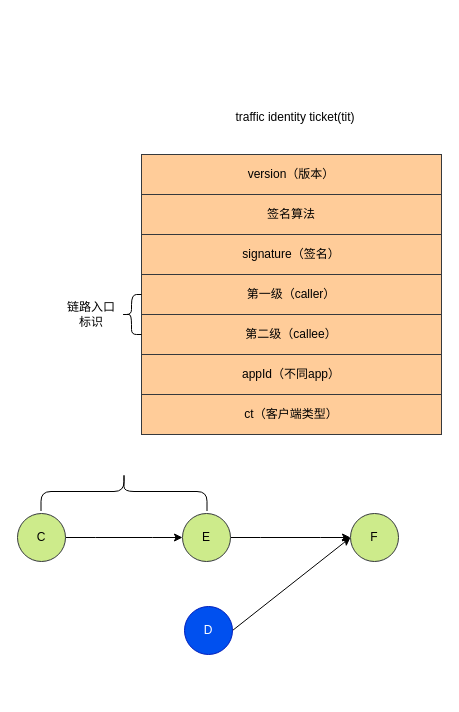
xinguai/asmshare keeps this draw.io diagram as page "流量身份票据" (4 of 4) of sidecar.drawio. Above is the earlier version. Source tidied: cells renumbered, new cells numbered last; positions are measured from the earlier drawing's top-left corner, leaving out a move shared by most shapes. Both pictures are drawn from the tidied source at 100%, with x=0, y=0 at pixel (17, 102).
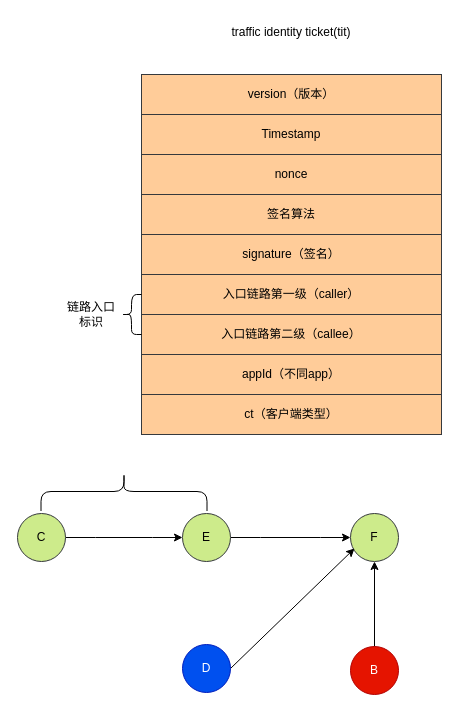
Above is the later version.

The change refers to these unchanged cells:
```xml
<mxCell id="16" value="F" style="ellipse;whiteSpace=wrap;html=1;fillColor=#cdeb8b;strokeColor=#36393d;" parent="1" vertex="1">
  <mxGeometry x="333" y="411" width="48" height="48" as="geometry" />
</mxCell>
```

What changed in the source:
```diff
@@
-    <mxCell id="2" value="version（版本）" style="rounded=0;whiteSpace=wrap;html=1;fillColor=#ffcc99;strokeColor=#36393d;" parent="1" vertex="1">
+    <mxCell id="2" value="nonce" style="rounded=0;whiteSpace=wrap;html=1;fillColor=#ffcc99;strokeColor=#36393d;" parent="1" vertex="1">
       <mxGeometry x="124" y="52" width="300" height="40" as="geometry" />
     </mxCell>
@@
-    <mxCell id="5" value="第一级（caller）" style="rounded=0;whiteSpace=wrap;html=1;fillColor=#ffcc99;strokeColor=#36393d;" parent="1" vertex="1">
+    <mxCell id="5" value="入口链路第一级（caller）" style="rounded=0;whiteSpace=wrap;html=1;fillColor=#ffcc99;strokeColor=#36393d;" parent="1" vertex="1">
       <mxGeometry x="124" y="172" width="300" height="40" as="geometry" />
     </mxCell>
-    <mxCell id="6" value="第二级（callee）" style="rounded=0;whiteSpace=wrap;html=1;fillColor=#ffcc99;strokeColor=#36393d;" parent="1" vertex="1">
+    <mxCell id="6" value="入口链路第二级（callee）" style="rounded=0;whiteSpace=wrap;html=1;fillColor=#ffcc99;strokeColor=#36393d;" parent="1" vertex="1">
       <mxGeometry x="124" y="212" width="300" height="40" as="geometry" />
     </mxCell>
@@
     <mxCell id="11" value="traffic identity ticket(tit)" style="text;html=1;strokeColor=none;fillColor=none;align=center;verticalAlign=middle;whiteSpace=wrap;rounded=0;" parent="1" vertex="1">
-      <mxGeometry x="178" width="200" height="30" as="geometry" />
+      <mxGeometry x="174" y="-85" width="200" height="30" as="geometry" />
     </mxCell>
@@
-    <mxCell id="17" style="rounded=0;jettySize=auto;html=1;exitX=1;exitY=0.5;exitDx=0;exitDy=0;entryX=0;entryY=0.5;entryDx=0;entryDy=0;" parent="1" edge="1" source="18" target="16">
+    <mxCell id="17" style="rounded=0;jettySize=auto;html=1;exitX=1;exitY=0.5;exitDx=0;exitDy=0;entryX=0.083;entryY=0.729;entryDx=0;entryDy=0;entryPerimeter=0;" parent="1" edge="1" source="18" target="16">
       <mxGeometry relative="1" as="geometry" />
     </mxCell>
     <mxCell id="18" value="D" style="ellipse;whiteSpace=wrap;html=1;fillColor=#0050ef;fontColor=#ffffff;strokeColor=#001DBC;" parent="1" vertex="1">
-      <mxGeometry x="167" y="504" width="48" height="48" as="geometry" />
+      <mxGeometry x="165" y="542" width="48" height="48" as="geometry" />
     </mxCell>
@@
+    <mxCell id="20" value="Timestamp" style="rounded=0;whiteSpace=wrap;html=1;fillColor=#ffcc99;strokeColor=#36393d;" parent="1" vertex="1">
+      <mxGeometry x="124" y="12" width="300" height="40" as="geometry" />
+    </mxCell>
+    <mxCell id="21" value="version（版本）" style="rounded=0;whiteSpace=wrap;html=1;fillColor=#ffcc99;strokeColor=#36393d;" parent="1" vertex="1">
+      <mxGeometry x="124" y="-28" width="300" height="40" as="geometry" />
+    </mxCell>
+    <mxCell id="22" style="edgeStyle=none;rounded=0;jettySize=auto;html=1;exitX=0.5;exitY=0;exitDx=0;exitDy=0;entryX=0.5;entryY=1;entryDx=0;entryDy=0;" parent="1" edge="1" source="23" target="16">
+      <mxGeometry relative="1" as="geometry" />
+    </mxCell>
+    <mxCell id="23" value="B" style="ellipse;whiteSpace=wrap;html=1;fillColor=#e51400;fontColor=#ffffff;strokeColor=#B20000;" parent="1" vertex="1">
+      <mxGeometry x="333" y="544" width="48" height="48" as="geometry" />
+    </mxCell>
```
